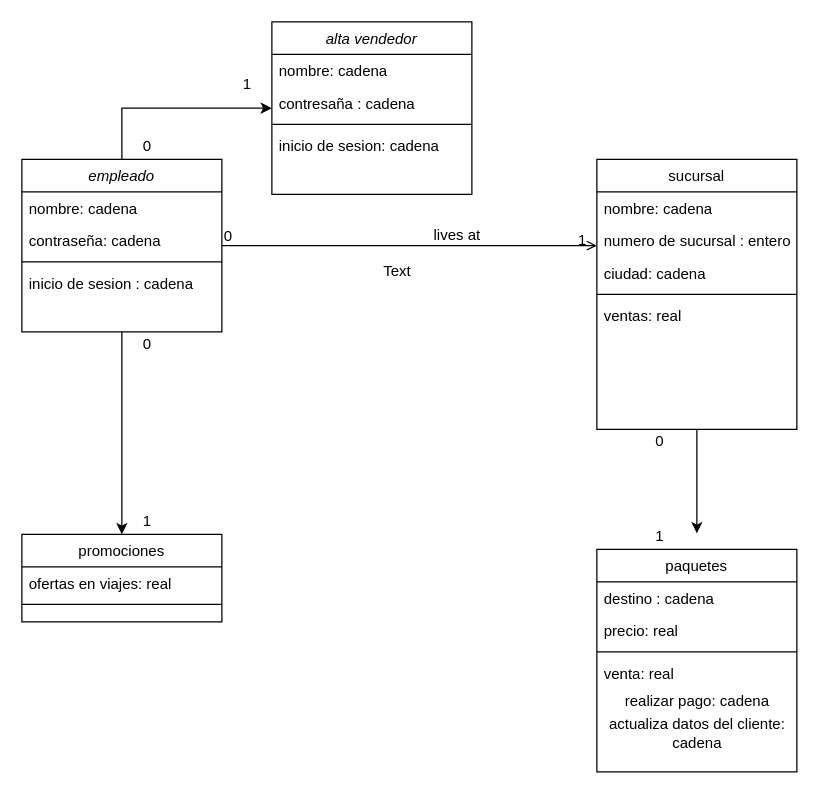
The draw.io diagram Untitled Diagram.drawio in marcosuzair/actividad-1-unidad-2, before the edit. Source tidied: cells renumbered, new cells numbered last; positions are measured from the earlier drawing's top-left corner, leaving out a move shared by most shapes. Both pictures are drawn from the tidied source at 125%, with x=0, y=0 at pixel (21, 21).
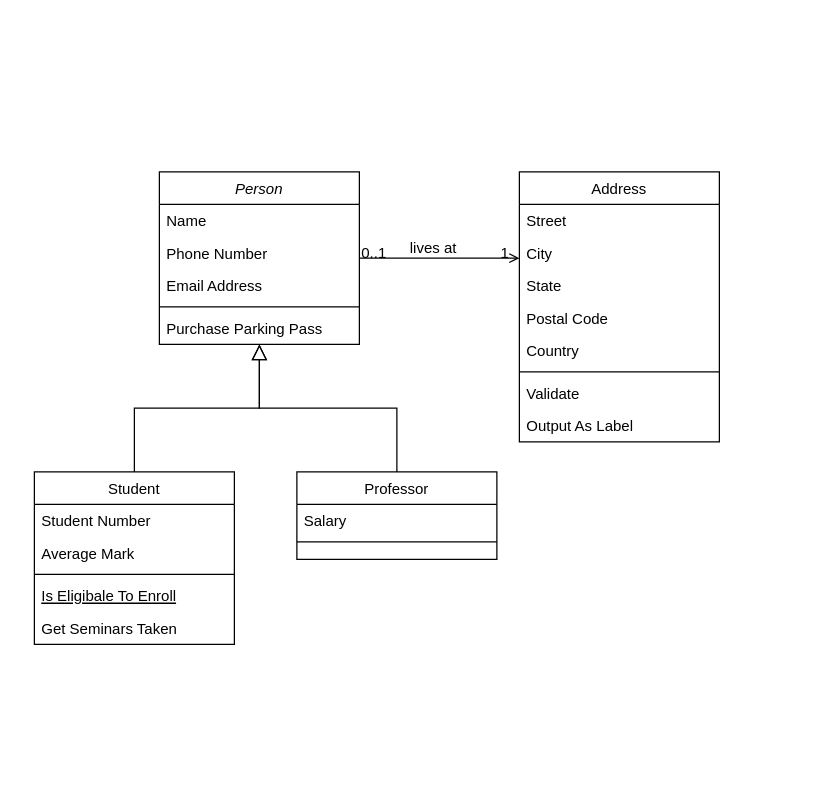
After the change.

The change refers to these unchanged cells:
```xml
<mxCell id="26" style="endArrow=open;shadow=0;strokeWidth=1;rounded=0;endFill=1;edgeStyle=elbowEdgeStyle;elbow=vertical;" parent="1" edge="1" source="4" target="20">
  <mxGeometry x="0.5" y="41" relative="1" as="geometry">
    <mxPoint x="-40" y="32" as="offset" />
  </mxGeometry>
</mxCell>
```

The edit, as a diff of the source:
```diff
@@
-    <mxCell id="2" style="edgeStyle=orthogonalEdgeStyle;rounded=0;jettySize=auto;html=1;" parent="1" edge="1" source="4" target="30">
-      <mxGeometry relative="1" as="geometry">
-        <Array as="points">
-          <mxPoint x="80" y="69" />
-        </Array>
-      </mxGeometry>
-    </mxCell>
-    <mxCell id="3" style="edgeStyle=orthogonalEdgeStyle;rounded=0;jettySize=auto;html=1;entryX=0.5;entryY=0;entryDx=0;entryDy=0;" parent="1" edge="1" source="4" target="16">
-      <mxGeometry relative="1" as="geometry" />
-    </mxCell>
-    <mxCell id="4" value="empleado" style="swimlane;fontStyle=2;align=center;verticalAlign=top;horizontal=1;startSize=26;rounded=0;shadow=0;strokeWidth=1;" parent="1" vertex="1">
-      <mxGeometry y="110" width="160" height="138" as="geometry" />
+    <mxCell id="4" value="Person" style="swimlane;fontStyle=2;align=center;verticalAlign=top;horizontal=1;startSize=26;rounded=0;shadow=0;strokeWidth=1;" parent="1" vertex="1">
+      <mxGeometry x="110" y="120" width="160" height="138" as="geometry" />
     </mxCell>
-    <mxCell id="5" value="nombre: cadena" style="text;align=left;verticalAlign=top;spacingLeft=4;spacingRight=4;overflow=hidden;" parent="4" vertex="1">
+    <mxCell id="5" value="Name" style="text;align=left;verticalAlign=top;spacingLeft=4;spacingRight=4;overflow=hidden;" parent="4" vertex="1">
       <mxGeometry y="26" width="160" height="26" as="geometry" />
     </mxCell>
-    <mxCell id="6" value="contraseña: cadena" style="text;align=left;verticalAlign=top;spacingLeft=4;spacingRight=4;overflow=hidden;rounded=0;shadow=0;html=0;" parent="4" vertex="1">
+    <mxCell id="6" value="Phone Number" style="text;align=left;verticalAlign=top;spacingLeft=4;spacingRight=4;overflow=hidden;rounded=0;shadow=0;html=0;" parent="4" vertex="1">
       <mxGeometry y="52" width="160" height="26" as="geometry" />
     </mxCell>
+    <mxCell id="42" value="Email Address" style="text;align=left;verticalAlign=top;spacingLeft=4;spacingRight=4;overflow=hidden;rounded=0;shadow=0;html=0;" parent="4" vertex="1">
+      <mxGeometry y="78" width="160" height="26" as="geometry" />
+    </mxCell>
     <mxCell id="7" style="line;html=1;strokeWidth=1;align=left;verticalAlign=middle;spacingTop=-1;spacingLeft=3;spacingRight=3;labelPosition=right;" parent="4" vertex="1">
-      <mxGeometry y="78" width="160" height="8" as="geometry" />
+      <mxGeometry y="104" width="160" height="8" as="geometry" />
     </mxCell>
-    <mxCell id="8" value="inicio de sesion : cadena" style="text;align=left;verticalAlign=top;spacingLeft=4;spacingRight=4;overflow=hidden;" parent="4" vertex="1">
-      <mxGeometry y="86" width="160" height="26" as="geometry" />
+    <mxCell id="8" value="Purchase Parking Pass" style="text;align=left;verticalAlign=top;spacingLeft=4;spacingRight=4;overflow=hidden;" parent="4" vertex="1">
+      <mxGeometry y="112" width="160" height="26" as="geometry" />
     </mxCell>
-    <mxCell id="9" value="paquetes" style="swimlane;fontStyle=0;align=center;verticalAlign=top;horizontal=1;startSize=26;rounded=0;shadow=0;strokeWidth=1;" parent="1" vertex="1">
-      <mxGeometry x="460" y="422" width="160" height="178" as="geometry" />
+    <mxCell id="9" value="Student" style="swimlane;fontStyle=0;align=center;verticalAlign=top;horizontal=1;startSize=26;rounded=0;shadow=0;strokeWidth=1;" parent="1" vertex="1">
+      <mxGeometry x="10" y="360" width="160" height="138" as="geometry" />
     </mxCell>
-    <mxCell id="10" value="destino : cadena" style="text;align=left;verticalAlign=top;spacingLeft=4;spacingRight=4;overflow=hidden;" parent="9" vertex="1">
+    <mxCell id="10" value="Student Number" style="text;align=left;verticalAlign=top;spacingLeft=4;spacingRight=4;overflow=hidden;" parent="9" vertex="1">
       <mxGeometry y="26" width="160" height="26" as="geometry" />
     </mxCell>
-    <mxCell id="11" value="precio: real" style="text;align=left;verticalAlign=top;spacingLeft=4;spacingRight=4;overflow=hidden;rounded=0;shadow=0;html=0;" parent="9" vertex="1">
+    <mxCell id="11" value="Average Mark" style="text;align=left;verticalAlign=top;spacingLeft=4;spacingRight=4;overflow=hidden;rounded=0;shadow=0;html=0;" parent="9" vertex="1">
       <mxGeometry y="52" width="160" height="26" as="geometry" />
     </mxCell>
@@
+    <mxCell id="43" value="Is Eligibale To Enroll" style="text;align=left;verticalAlign=top;spacingLeft=4;spacingRight=4;overflow=hidden;fontStyle=4;" parent="9" vertex="1">
+      <mxGeometry y="86" width="160" height="26" as="geometry" />
+    </mxCell>
-    <mxCell id="13" value="venta: real" style="text;align=left;verticalAlign=top;spacingLeft=4;spacingRight=4;overflow=hidden;" parent="9" vertex="1">
-      <mxGeometry y="86" width="160" height="26" as="geometry" />
+    <mxCell id="13" value="Get Seminars Taken" style="text;align=left;verticalAlign=top;spacingLeft=4;spacingRight=4;overflow=hidden;" parent="9" vertex="1">
+      <mxGeometry y="112" width="160" height="26" as="geometry" />
     </mxCell>
-    <mxCell id="14" value="realizar pago: cadena" style="text;html=1;align=center;verticalAlign=middle;" parent="9" vertex="1">
-      <mxGeometry y="112" width="160" height="20" as="geometry" />
-    </mxCell>
-    <mxCell id="15" value="actualiza datos del cliente: &lt;br&gt;cadena" style="text;html=1;align=center;verticalAlign=middle;fillColor=none;strokeColor=none;rounded=0;" parent="9" vertex="1">
-      <mxGeometry y="132" width="160" height="30" as="geometry" />
-    </mxCell>
+    <mxCell id="44" style="endArrow=block;endSize=10;endFill=0;shadow=0;strokeWidth=1;rounded=0;edgeStyle=elbowEdgeStyle;elbow=vertical;" parent="1" edge="1" source="9" target="4">
+      <mxGeometry relative="1" as="geometry" />
+    </mxCell>
-    <mxCell id="16" value="promociones" style="swimlane;fontStyle=0;align=center;verticalAlign=top;horizontal=1;startSize=26;rounded=0;shadow=0;strokeWidth=1;" parent="1" vertex="1">
-      <mxGeometry y="410" width="160" height="70" as="geometry" />
+    <mxCell id="16" value="Professor" style="swimlane;fontStyle=0;align=center;verticalAlign=top;horizontal=1;startSize=26;rounded=0;shadow=0;strokeWidth=1;" parent="1" vertex="1">
+      <mxGeometry x="220" y="360" width="160" height="70" as="geometry" />
     </mxCell>
-    <mxCell id="17" value="ofertas en viajes: real" style="text;align=left;verticalAlign=top;spacingLeft=4;spacingRight=4;overflow=hidden;" parent="16" vertex="1">
+    <mxCell id="17" value="Salary" style="text;align=left;verticalAlign=top;spacingLeft=4;spacingRight=4;overflow=hidden;" parent="16" vertex="1">
       <mxGeometry y="26" width="160" height="26" as="geometry" />
     </mxCell>
@@
-    <mxCell id="19" style="edgeStyle=orthogonalEdgeStyle;rounded=0;jettySize=auto;html=1;entryX=0.5;entryY=-0.072;entryDx=0;entryDy=0;entryPerimeter=0;" parent="1" edge="1" source="20" target="9">
-      <mxGeometry relative="1" as="geometry" />
-    </mxCell>
+    <mxCell id="45" style="endArrow=block;endSize=10;endFill=0;shadow=0;strokeWidth=1;rounded=0;edgeStyle=elbowEdgeStyle;elbow=vertical;" parent="1" edge="1" source="16" target="4">
+      <mxGeometry relative="1" as="geometry" />
+    </mxCell>
-    <mxCell id="20" value="sucursal" style="swimlane;fontStyle=0;align=center;verticalAlign=top;horizontal=1;startSize=26;rounded=0;shadow=0;strokeWidth=1;" parent="1" vertex="1">
-      <mxGeometry x="460" y="110" width="160" height="216" as="geometry" />
+    <mxCell id="20" value="Address" style="swimlane;fontStyle=0;align=center;verticalAlign=top;horizontal=1;startSize=26;rounded=0;shadow=0;strokeWidth=1;" parent="1" vertex="1">
+      <mxGeometry x="398" y="120" width="160" height="216" as="geometry" />
     </mxCell>
-    <mxCell id="21" value="nombre: cadena" style="text;align=left;verticalAlign=top;spacingLeft=4;spacingRight=4;overflow=hidden;" parent="20" vertex="1">
+    <mxCell id="21" value="Street" style="text;align=left;verticalAlign=top;spacingLeft=4;spacingRight=4;overflow=hidden;" parent="20" vertex="1">
       <mxGeometry y="26" width="160" height="26" as="geometry" />
     </mxCell>
-    <mxCell id="22" value="numero de sucursal : entero" style="text;align=left;verticalAlign=top;spacingLeft=4;spacingRight=4;overflow=hidden;rounded=0;shadow=0;html=0;" parent="20" vertex="1">
+    <mxCell id="22" value="City" style="text;align=left;verticalAlign=top;spacingLeft=4;spacingRight=4;overflow=hidden;rounded=0;shadow=0;html=0;" parent="20" vertex="1">
       <mxGeometry y="52" width="160" height="26" as="geometry" />
     </mxCell>
-    <mxCell id="23" value="ciudad: cadena" style="text;align=left;verticalAlign=top;spacingLeft=4;spacingRight=4;overflow=hidden;rounded=0;shadow=0;html=0;" parent="20" vertex="1">
+    <mxCell id="23" value="State" style="text;align=left;verticalAlign=top;spacingLeft=4;spacingRight=4;overflow=hidden;rounded=0;shadow=0;html=0;" parent="20" vertex="1">
       <mxGeometry y="78" width="160" height="26" as="geometry" />
     </mxCell>
+    <mxCell id="46" value="Postal Code" style="text;align=left;verticalAlign=top;spacingLeft=4;spacingRight=4;overflow=hidden;rounded=0;shadow=0;html=0;" parent="20" vertex="1">
+      <mxGeometry y="104" width="160" height="26" as="geometry" />
+    </mxCell>
+    <mxCell id="47" value="Country" style="text;align=left;verticalAlign=top;spacingLeft=4;spacingRight=4;overflow=hidden;rounded=0;shadow=0;html=0;" parent="20" vertex="1">
+      <mxGeometry y="130" width="160" height="26" as="geometry" />
+    </mxCell>
     <mxCell id="24" style="line;html=1;strokeWidth=1;align=left;verticalAlign=middle;spacingTop=-1;spacingLeft=3;spacingRight=3;labelPosition=right;" parent="20" vertex="1">
-      <mxGeometry y="104" width="160" height="8" as="geometry" />
+      <mxGeometry y="156" width="160" height="8" as="geometry" />
     </mxCell>
-    <mxCell id="25" value="ventas: real" style="text;align=left;verticalAlign=top;spacingLeft=4;spacingRight=4;overflow=hidden;" parent="20" vertex="1">
-      <mxGeometry y="112" width="160" height="26" as="geometry" />
+    <mxCell id="25" value="Validate" style="text;align=left;verticalAlign=top;spacingLeft=4;spacingRight=4;overflow=hidden;" parent="20" vertex="1">
+      <mxGeometry y="164" width="160" height="26" as="geometry" />
     </mxCell>
+    <mxCell id="48" value="Output As Label" style="text;align=left;verticalAlign=top;spacingLeft=4;spacingRight=4;overflow=hidden;" parent="20" vertex="1">
+      <mxGeometry y="190" width="160" height="26" as="geometry" />
+    </mxCell>
@@
-    <mxCell id="27" value="0" style="align=left;verticalAlign=bottom;labelBackgroundColor=none;fontSize=12;" parent="26" vertex="1">
+    <mxCell id="27" value="0..1" style="align=left;verticalAlign=bottom;labelBackgroundColor=none;fontSize=12;" parent="26" vertex="1">
       <mxGeometry x="-1" relative="1" as="geometry">
-        <mxPoint y="1" as="offset" />
+        <mxPoint y="4" as="offset" />
       </mxGeometry>
     </mxCell>
@@
-    <mxCell id="30" value="alta vendedor" style="swimlane;fontStyle=2;align=center;verticalAlign=top;horizontal=1;startSize=26;rounded=0;shadow=0;strokeWidth=1;" parent="1" vertex="1">
-      <mxGeometry x="200" width="160" height="138" as="geometry" />
-    </mxCell>
-    <mxCell id="31" value="nombre: cadena" style="text;align=left;verticalAlign=top;spacingLeft=4;spacingRight=4;overflow=hidden;" parent="30" vertex="1">
-      <mxGeometry y="26" width="160" height="26" as="geometry" />
-    </mxCell>
-    <mxCell id="32" value="contresaña : cadena" style="text;align=left;verticalAlign=top;spacingLeft=4;spacingRight=4;overflow=hidden;rounded=0;shadow=0;html=0;" parent="30" vertex="1">
-      <mxGeometry y="52" width="160" height="26" as="geometry" />
-    </mxCell>
-    <mxCell id="33" style="line;html=1;strokeWidth=1;align=left;verticalAlign=middle;spacingTop=-1;spacingLeft=3;spacingRight=3;labelPosition=right;" parent="30" vertex="1">
-      <mxGeometry y="78" width="160" height="8" as="geometry" />
-    </mxCell>
-    <mxCell id="34" value="inicio de sesion: cadena" style="text;align=left;verticalAlign=top;spacingLeft=4;spacingRight=4;overflow=hidden;" parent="30" vertex="1">
-      <mxGeometry y="86" width="160" height="26" as="geometry" />
-    </mxCell>
-    <mxCell id="35" value="Text" style="text;html=1;align=center;verticalAlign=middle;fillColor=none;strokeColor=none;rounded=0;" parent="1" vertex="1">
-      <mxGeometry x="280" y="190" width="40" height="20" as="geometry" />
-    </mxCell>
-    <mxCell id="36" value="0" style="text;html=1;align=center;verticalAlign=middle;fillColor=none;strokeColor=none;rounded=0;" parent="1" vertex="1">
-      <mxGeometry x="90" y="90" width="20" height="20" as="geometry" />
-    </mxCell>
-    <mxCell id="37" value="1" style="text;html=1;align=center;verticalAlign=middle;fillColor=none;strokeColor=none;rounded=0;" parent="1" vertex="1">
-      <mxGeometry x="170" y="40" width="20" height="20" as="geometry" />
-    </mxCell>
-    <mxCell id="38" value="1" style="text;html=1;align=center;verticalAlign=middle;fillColor=none;strokeColor=none;rounded=0;" parent="1" vertex="1">
-      <mxGeometry x="90" y="390" width="20" height="20" as="geometry" />
-    </mxCell>
-    <mxCell id="39" value="0" style="text;html=1;align=center;verticalAlign=middle;fillColor=none;strokeColor=none;rounded=0;" parent="1" vertex="1">
-      <mxGeometry x="90" y="248" width="20" height="20" as="geometry" />
-    </mxCell>
-    <mxCell id="40" value="0" style="text;html=1;align=center;verticalAlign=middle;fillColor=none;strokeColor=none;rounded=0;" parent="1" vertex="1">
-      <mxGeometry x="500" y="326" width="20" height="20" as="geometry" />
-    </mxCell>
-    <mxCell id="41" value="1" style="text;html=1;align=center;verticalAlign=middle;fillColor=none;strokeColor=none;rounded=0;" parent="1" vertex="1">
-      <mxGeometry x="500" y="402" width="20" height="20" as="geometry" />
-    </mxCell>
```
